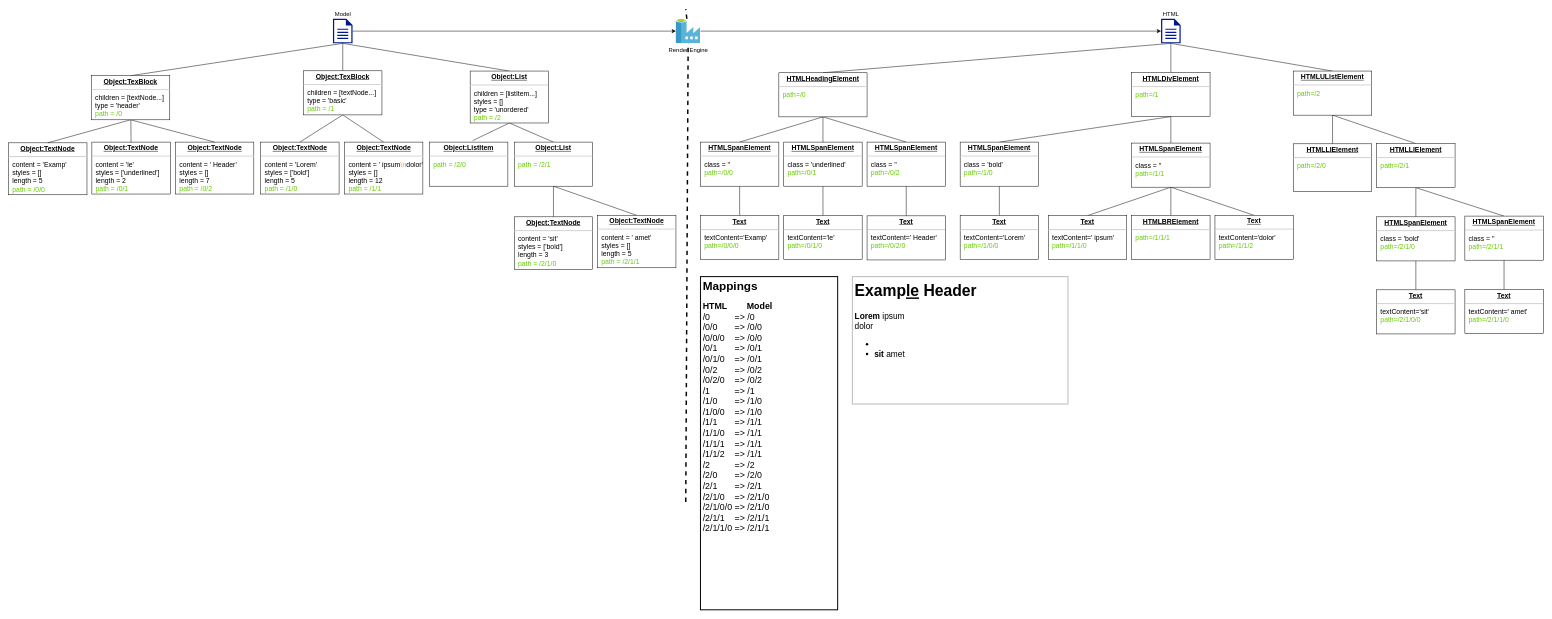
This is diagrams/RTE Model to HTML doc.drawio from jsross/rte, a draw.io file, before an edit. Source tidied: cells renumbered, new cells numbered last; positions are measured from the earlier drawing's top-left corner, leaving out a move shared by most shapes. Both pictures are drawn from the tidied source at 49%, with x=0, y=0 at pixel (8, 9).
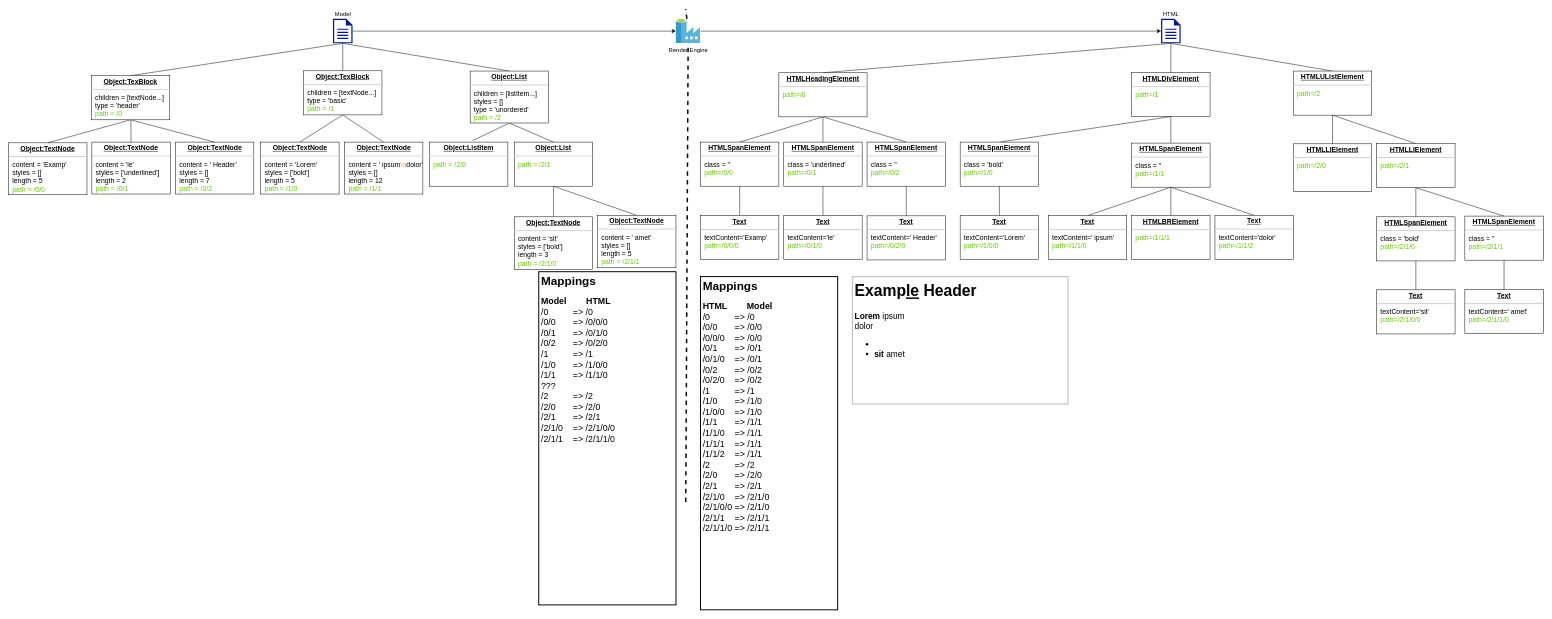
The same diagram, later.

Change to the diagram source:
```diff
@@
+    <mxCell id="78" value="&lt;h1&gt;Mappings&lt;/h1&gt;&lt;p&gt;&lt;font style=&quot;font-size: 18px&quot;&gt;&lt;b&gt;Model&amp;nbsp; &amp;nbsp; &amp;nbsp; &amp;nbsp; HTML&lt;/b&gt;&lt;br&gt;/0&amp;nbsp; &amp;nbsp; &amp;nbsp; &amp;nbsp; &amp;nbsp; =&amp;gt; /0&lt;br&gt;/0/0&amp;nbsp; &amp;nbsp; &amp;nbsp; &amp;nbsp;=&amp;gt; /0/0/0&lt;br&gt;/0/1&amp;nbsp; &amp;nbsp; &amp;nbsp; &amp;nbsp;=&amp;gt; /0/1/0&lt;br&gt;/0/2&amp;nbsp; &amp;nbsp; &amp;nbsp; &amp;nbsp;=&amp;gt; /0/2/0&lt;br&gt;/1&amp;nbsp; &amp;nbsp; &amp;nbsp; &amp;nbsp; &amp;nbsp; =&amp;gt; /1&lt;br&gt;/1/0&amp;nbsp; &amp;nbsp; &amp;nbsp; &amp;nbsp;=&amp;gt; /1/0/0&lt;br&gt;/1/1&amp;nbsp; &amp;nbsp; &amp;nbsp; &amp;nbsp;=&amp;gt; /1/1/0&lt;br&gt;???&lt;br&gt;/2&amp;nbsp; &amp;nbsp; &amp;nbsp; &amp;nbsp; &amp;nbsp; =&amp;gt; /2&lt;br&gt;/2/0&amp;nbsp; &amp;nbsp; &amp;nbsp; &amp;nbsp;=&amp;gt; /2/0&lt;br&gt;/2/1&amp;nbsp; &amp;nbsp; &amp;nbsp; &amp;nbsp;=&amp;gt; /2/1&lt;br&gt;/2/1/0&amp;nbsp; &amp;nbsp; =&amp;gt; /2/1/0/0&lt;br&gt;/2/1/1&amp;nbsp; &amp;nbsp; =&amp;gt; /2/1/1/0&lt;br&gt;&lt;/font&gt;&lt;/p&gt;" style="text;html=1;strokeColor=#000000;fillColor=none;spacing=5;spacingTop=-20;whiteSpace=wrap;overflow=hidden;rounded=0;strokeWidth=2;" parent="1" vertex="1">
+      <mxGeometry x="1082" y="536" width="280" height="680" as="geometry" />
+    </mxCell>
```
